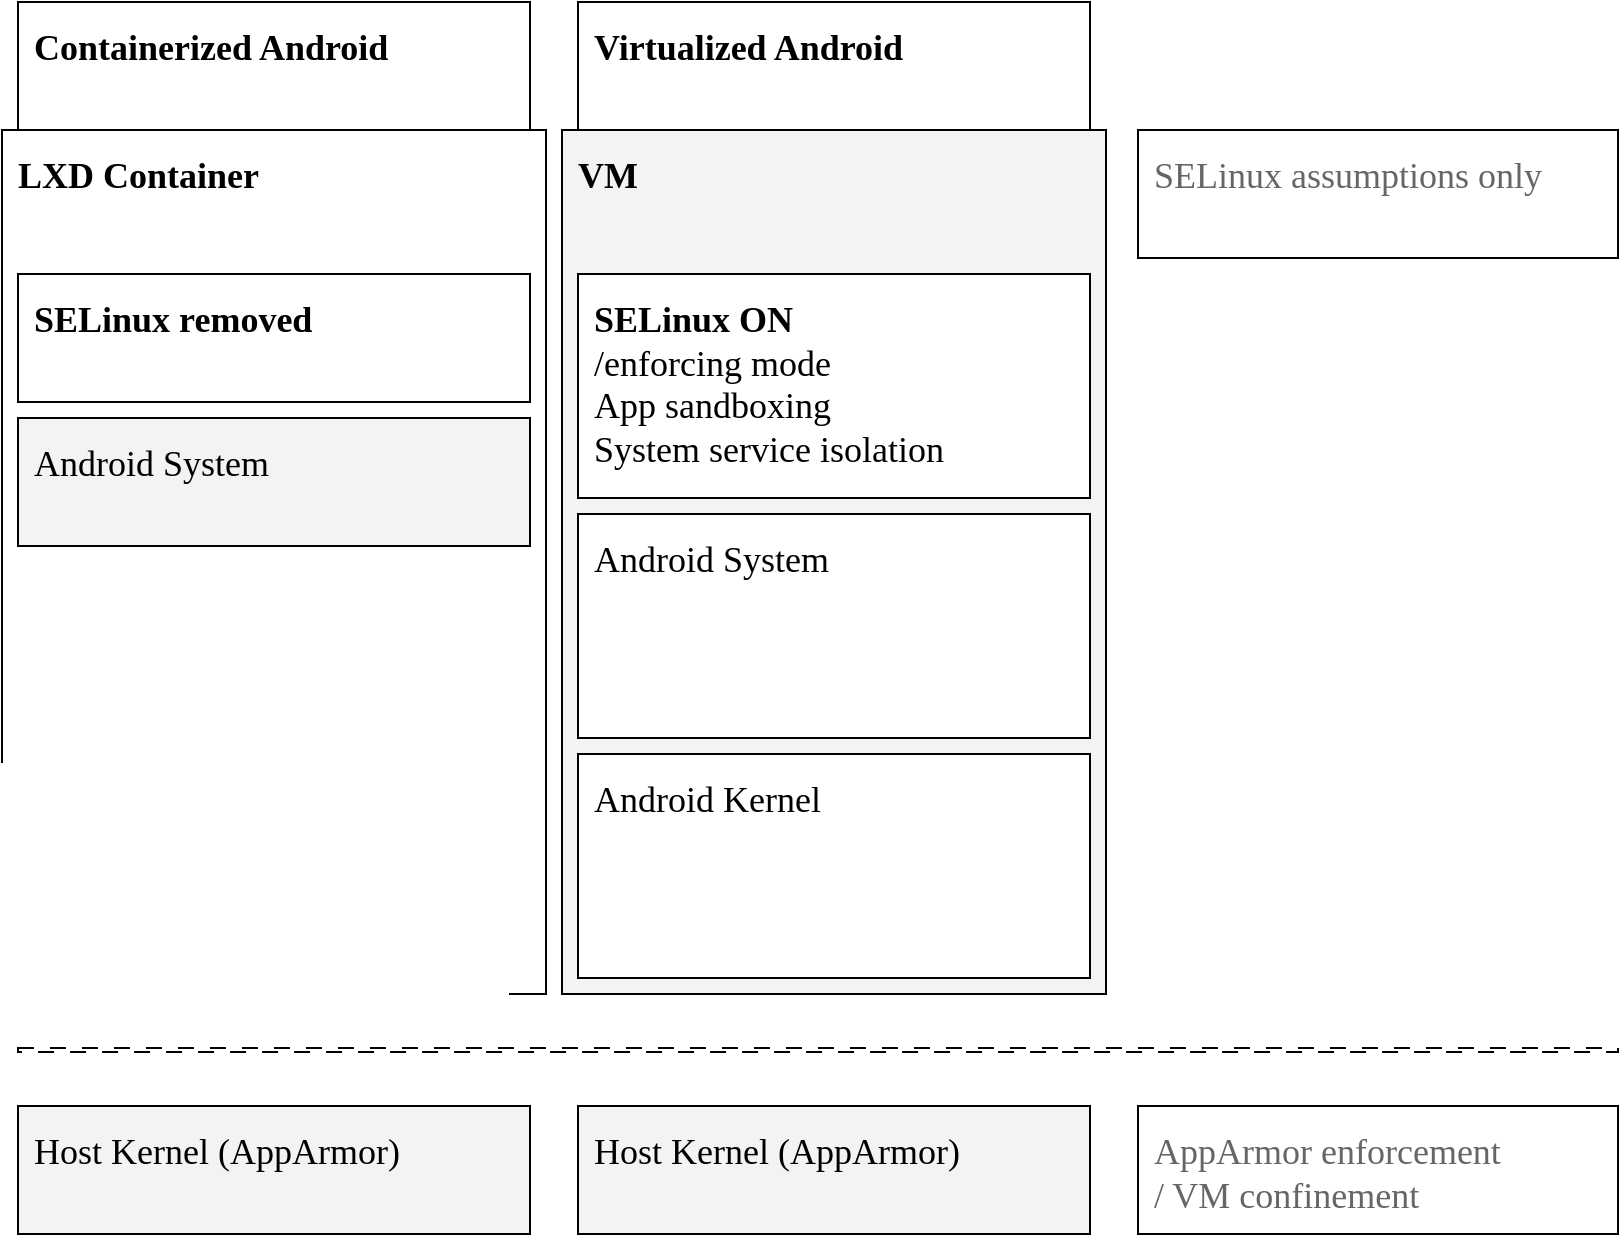
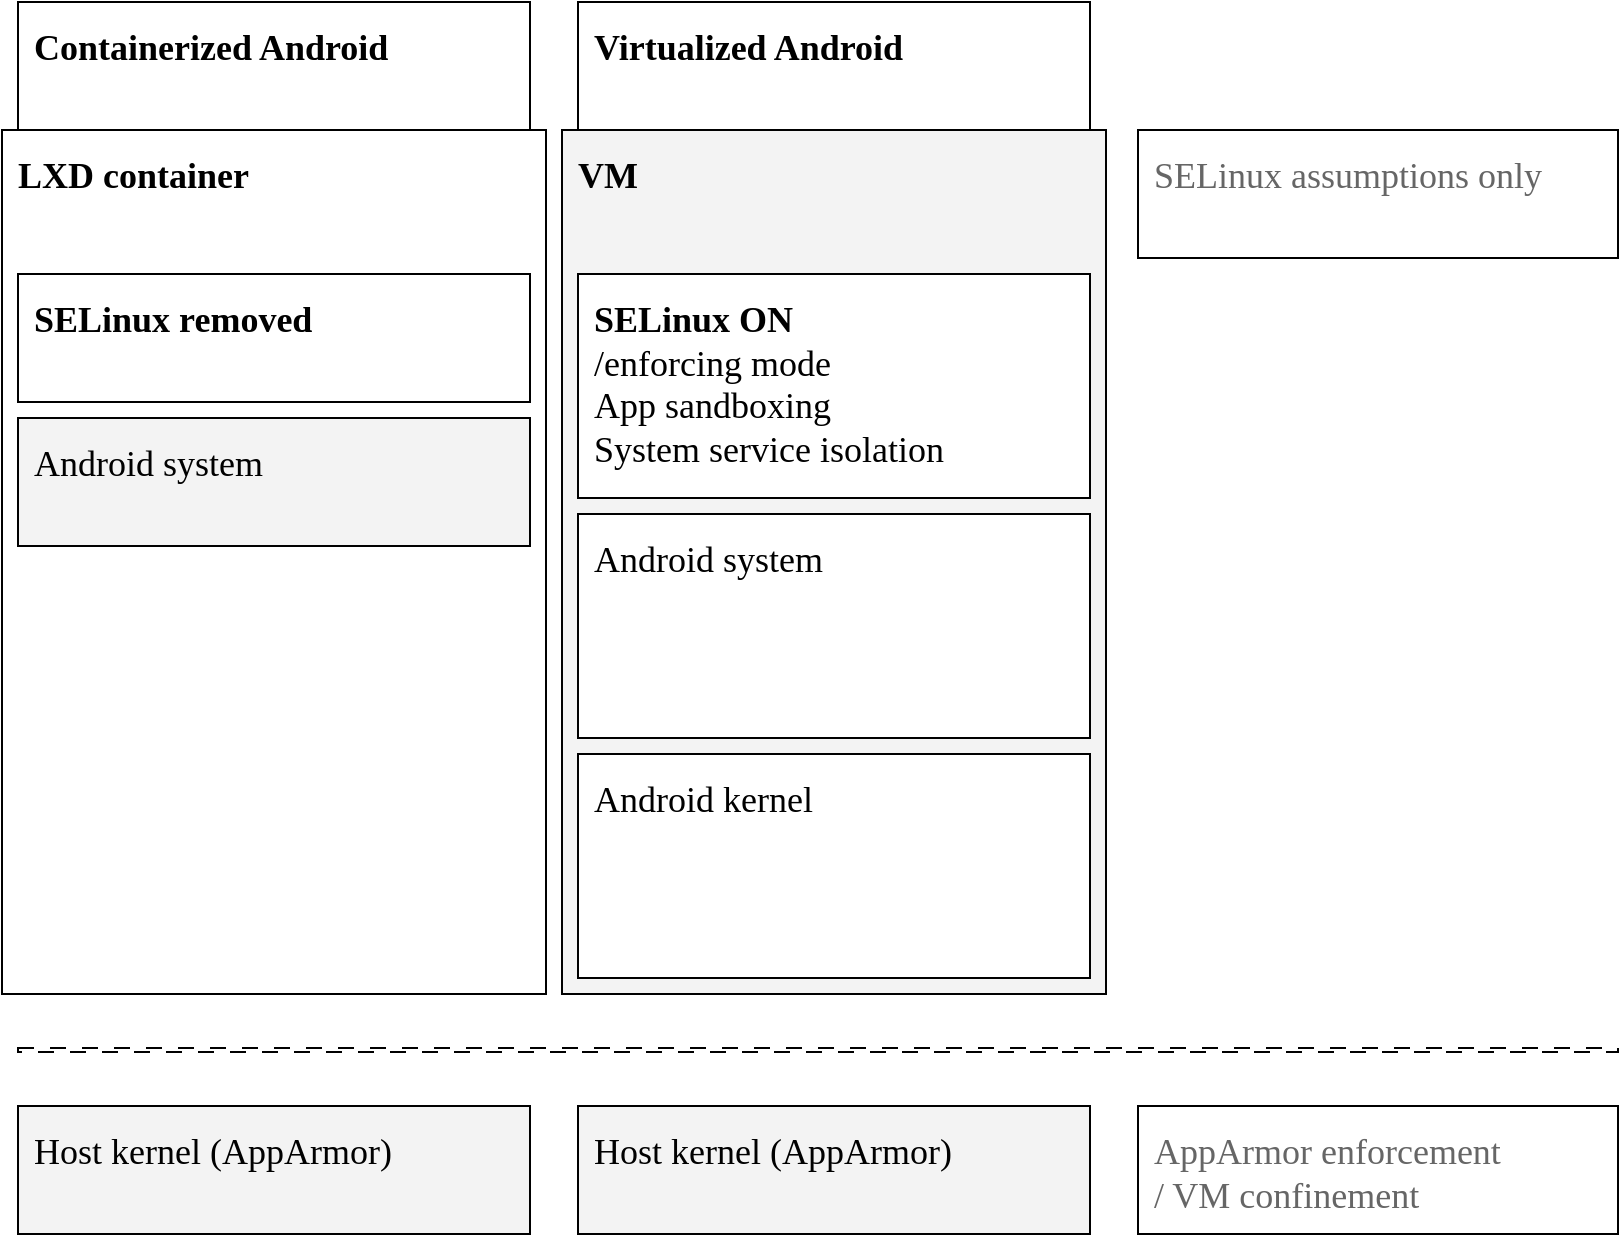
<mxfile host="app.diagrams.net" agent="diagram-generator" version="29.3.7">
-   <diagram name="Android Security Comparison" id="declarative">
+   <diagram name="Android security comparison" id="declarative">
    <mxGraphModel grid="1" gridSize="8" guides="1" tooltips="1" connect="1" arrows="1" fold="1" page="1" pageScale="1" pageWidth="848" pageHeight="664" background="light-dark(#ffffff, #ffffff)" adaptiveColors="none" math="0" shadow="0">
      <root>
        <mxCell id="0" />
        <mxCell id="1" parent="0" />
        <mxCell id="2" parent="1" style="rounded=0;whiteSpace=wrap;html=1;shadow=0;fillColor=#FFFFFF;strokeColor=#000000;strokeWidth=1;" value="" vertex="1" data-dg-source="diagram-generator" data-dg-role="box" tags="dg-generated dg-role-box dg-token-box-default" data-dg-style-tokens="box-default" connectable="1">
          <mxGeometry x="16" y="88" width="272" height="432" as="geometry" />
        </mxCell>
-         <mxCell id="3" parent="2" style="rounded=0;whiteSpace=wrap;html=1;align=left;verticalAlign=top;spacing=0;spacingTop=0;spacingBottom=0;spacingLeft=0;spacingRight=0;fillColor=none;strokeColor=none;strokeWidth=0;shadow=0;fontFamily=Ubuntu Sans;fontSize=18;fontColor=#000000;fontSource=https%3A%2F%2Ffonts.googleapis.com%2Fcss%3Ffamily%3DUbuntu%2BSans;" value="&lt;span style=&quot;font-size:18px&quot;&gt;&lt;b&gt;LXD Container&lt;/b&gt;&lt;/span&gt;" vertex="1" data-dg-source="diagram-generator" data-dg-role="label" tags="dg-generated dg-role-label dg-token-label-box" data-dg-style-tokens="label-box" connectable="0">
+         <mxCell id="3" parent="2" style="rounded=0;whiteSpace=wrap;html=1;align=left;verticalAlign=top;spacing=0;spacingTop=0;spacingBottom=0;spacingLeft=0;spacingRight=0;fillColor=none;strokeColor=none;strokeWidth=0;shadow=0;fontFamily=Ubuntu Sans;fontSize=18;fontColor=#000000;fontSource=https%3A%2F%2Ffonts.googleapis.com%2Fcss%3Ffamily%3DUbuntu%2BSans;" value="&lt;span style=&quot;font-size:18px&quot;&gt;&lt;b&gt;LXD container&lt;/b&gt;&lt;/span&gt;" vertex="1" data-dg-source="diagram-generator" data-dg-role="label" tags="dg-generated dg-role-label dg-token-label-box" data-dg-style-tokens="label-box" connectable="0">
          <mxGeometry x="8" y="8" width="256" height="416" as="geometry" />
        </mxCell>
        <mxCell id="4" parent="1" style="rounded=0;whiteSpace=wrap;html=1;shadow=0;fillColor=#F3F3F3;strokeColor=#000000;strokeWidth=1;" value="" vertex="1" data-dg-source="diagram-generator" data-dg-role="box" tags="dg-generated dg-role-box dg-token-box-accent" data-dg-style-tokens="box-accent" connectable="1">
          <mxGeometry x="296" y="88" width="272" height="432" as="geometry" />
        </mxCell>
        <mxCell id="5" parent="4" style="rounded=0;whiteSpace=wrap;html=1;align=left;verticalAlign=top;spacing=0;spacingTop=0;spacingBottom=0;spacingLeft=0;spacingRight=0;fillColor=none;strokeColor=none;strokeWidth=0;shadow=0;fontFamily=Ubuntu Sans;fontSize=18;fontColor=#000000;fontSource=https%3A%2F%2Ffonts.googleapis.com%2Fcss%3Ffamily%3DUbuntu%2BSans;" value="&lt;span style=&quot;font-size:18px&quot;&gt;&lt;b&gt;VM&lt;/b&gt;&lt;/span&gt;" vertex="1" data-dg-source="diagram-generator" data-dg-role="label" tags="dg-generated dg-role-label dg-token-label-box" data-dg-style-tokens="label-box" connectable="0">
          <mxGeometry x="8" y="8" width="256" height="416" as="geometry" />
        </mxCell>
        <mxCell id="6" parent="4" style="rounded=0;whiteSpace=wrap;html=1;shadow=0;fillColor=#FFFFFF;strokeColor=#000000;strokeWidth=1;" value="" vertex="1" data-dg-source="diagram-generator" data-dg-role="box" tags="dg-generated dg-role-box dg-token-box-default" data-dg-style-tokens="box-default" connectable="1">
          <mxGeometry x="8" y="72" width="256" height="112" as="geometry" />
        </mxCell>
        <mxCell id="7" parent="6" style="rounded=0;whiteSpace=wrap;html=1;align=left;verticalAlign=top;spacing=0;spacingTop=0;spacingBottom=0;spacingLeft=0;spacingRight=0;fillColor=none;strokeColor=none;strokeWidth=0;shadow=0;fontFamily=Ubuntu Sans;fontSize=18;fontColor=#000000;fontSource=https%3A%2F%2Ffonts.googleapis.com%2Fcss%3Ffamily%3DUbuntu%2BSans;" value="&lt;span style=&quot;font-size:18px&quot;&gt;&lt;b&gt;SELinux ON&lt;/b&gt;&lt;/span&gt;&lt;br&gt;&lt;span style=&quot;font-size:18px&quot;&gt;/enforcing mode&lt;/span&gt;&lt;br&gt;&lt;span style=&quot;font-size:18px&quot;&gt;App sandboxing&lt;/span&gt;&lt;br&gt;&lt;span style=&quot;font-size:18px&quot;&gt;System service isolation&lt;/span&gt;" vertex="1" data-dg-source="diagram-generator" data-dg-role="label" tags="dg-generated dg-role-label dg-token-label-box" data-dg-style-tokens="label-box" connectable="0">
          <mxGeometry x="8" y="8" width="240" height="96" as="geometry" />
        </mxCell>
        <mxCell id="8" parent="4" style="rounded=0;whiteSpace=wrap;html=1;shadow=0;fillColor=#FFFFFF;strokeColor=#000000;strokeWidth=1;" value="" vertex="1" data-dg-source="diagram-generator" data-dg-role="box" tags="dg-generated dg-role-box dg-token-box-default" data-dg-style-tokens="box-default" connectable="1">
          <mxGeometry x="8" y="192" width="256" height="112" as="geometry" />
        </mxCell>
-         <mxCell id="9" parent="8" style="rounded=0;whiteSpace=wrap;html=1;align=left;verticalAlign=top;spacing=0;spacingTop=0;spacingBottom=0;spacingLeft=0;spacingRight=0;fillColor=none;strokeColor=none;strokeWidth=0;shadow=0;fontFamily=Ubuntu Sans;fontSize=18;fontColor=#000000;fontSource=https%3A%2F%2Ffonts.googleapis.com%2Fcss%3Ffamily%3DUbuntu%2BSans;" value="&lt;span style=&quot;font-size:18px&quot;&gt;Android System&lt;/span&gt;" vertex="1" data-dg-source="diagram-generator" data-dg-role="label" tags="dg-generated dg-role-label dg-token-label-box" data-dg-style-tokens="label-box" connectable="0">
+         <mxCell id="9" parent="8" style="rounded=0;whiteSpace=wrap;html=1;align=left;verticalAlign=top;spacing=0;spacingTop=0;spacingBottom=0;spacingLeft=0;spacingRight=0;fillColor=none;strokeColor=none;strokeWidth=0;shadow=0;fontFamily=Ubuntu Sans;fontSize=18;fontColor=#000000;fontSource=https%3A%2F%2Ffonts.googleapis.com%2Fcss%3Ffamily%3DUbuntu%2BSans;" value="&lt;span style=&quot;font-size:18px&quot;&gt;Android system&lt;/span&gt;" vertex="1" data-dg-source="diagram-generator" data-dg-role="label" tags="dg-generated dg-role-label dg-token-label-box" data-dg-style-tokens="label-box" connectable="0">
          <mxGeometry x="8" y="8" width="240" height="96" as="geometry" />
        </mxCell>
        <mxCell id="10" parent="4" style="rounded=0;whiteSpace=wrap;html=1;shadow=0;fillColor=#FFFFFF;strokeColor=#000000;strokeWidth=1;" value="" vertex="1" data-dg-source="diagram-generator" data-dg-role="box" tags="dg-generated dg-role-box dg-token-box-default" data-dg-style-tokens="box-default" connectable="1">
          <mxGeometry x="8" y="312" width="256" height="112" as="geometry" />
        </mxCell>
-         <mxCell id="11" parent="10" style="rounded=0;whiteSpace=wrap;html=1;align=left;verticalAlign=top;spacing=0;spacingTop=0;spacingBottom=0;spacingLeft=0;spacingRight=0;fillColor=none;strokeColor=none;strokeWidth=0;shadow=0;fontFamily=Ubuntu Sans;fontSize=18;fontColor=#000000;fontSource=https%3A%2F%2Ffonts.googleapis.com%2Fcss%3Ffamily%3DUbuntu%2BSans;" value="&lt;span style=&quot;font-size:18px&quot;&gt;Android Kernel&lt;/span&gt;" vertex="1" data-dg-source="diagram-generator" data-dg-role="label" tags="dg-generated dg-role-label dg-token-label-box" data-dg-style-tokens="label-box" connectable="0">
+         <mxCell id="11" parent="10" style="rounded=0;whiteSpace=wrap;html=1;align=left;verticalAlign=top;spacing=0;spacingTop=0;spacingBottom=0;spacingLeft=0;spacingRight=0;fillColor=none;strokeColor=none;strokeWidth=0;shadow=0;fontFamily=Ubuntu Sans;fontSize=18;fontColor=#000000;fontSource=https%3A%2F%2Ffonts.googleapis.com%2Fcss%3Ffamily%3DUbuntu%2BSans;" value="&lt;span style=&quot;font-size:18px&quot;&gt;Android kernel&lt;/span&gt;" vertex="1" data-dg-source="diagram-generator" data-dg-role="label" tags="dg-generated dg-role-label dg-token-label-box" data-dg-style-tokens="label-box" connectable="0">
          <mxGeometry x="8" y="8" width="240" height="96" as="geometry" />
        </mxCell>
        <mxCell id="12" parent="2" style="rounded=0;whiteSpace=wrap;html=1;shadow=0;fillColor=#FFFFFF;strokeColor=#000000;strokeWidth=1;" value="" vertex="1" data-dg-source="diagram-generator" data-dg-role="box" tags="dg-generated dg-role-box dg-token-box-default" data-dg-style-tokens="box-default" connectable="1">
          <mxGeometry x="8" y="72" width="256" height="64" as="geometry" />
        </mxCell>
        <mxCell id="13" parent="12" style="rounded=0;whiteSpace=wrap;html=1;align=left;verticalAlign=top;spacing=0;spacingTop=0;spacingBottom=0;spacingLeft=0;spacingRight=0;fillColor=none;strokeColor=none;strokeWidth=0;shadow=0;fontFamily=Ubuntu Sans;fontSize=18;fontColor=#000000;fontSource=https%3A%2F%2Ffonts.googleapis.com%2Fcss%3Ffamily%3DUbuntu%2BSans;" value="&lt;span style=&quot;font-size:18px&quot;&gt;&lt;b&gt;SELinux removed&lt;/b&gt;&lt;/span&gt;" vertex="1" data-dg-source="diagram-generator" data-dg-role="label" tags="dg-generated dg-role-label dg-token-label-box" data-dg-style-tokens="label-box" connectable="0">
          <mxGeometry x="8" y="8" width="240" height="48" as="geometry" />
        </mxCell>
        <mxCell id="14" parent="2" style="rounded=0;whiteSpace=wrap;html=1;shadow=0;fillColor=#F3F3F3;strokeColor=#000000;strokeWidth=1;" value="" vertex="1" data-dg-source="diagram-generator" data-dg-role="box" tags="dg-generated dg-role-box dg-token-box-accent" data-dg-style-tokens="box-accent" connectable="1">
          <mxGeometry x="8" y="144" width="256" height="64" as="geometry" />
        </mxCell>
-         <mxCell id="15" parent="14" style="rounded=0;whiteSpace=wrap;html=1;align=left;verticalAlign=top;spacing=0;spacingTop=0;spacingBottom=0;spacingLeft=0;spacingRight=0;fillColor=none;strokeColor=none;strokeWidth=0;shadow=0;fontFamily=Ubuntu Sans;fontSize=18;fontColor=#000000;fontSource=https%3A%2F%2Ffonts.googleapis.com%2Fcss%3Ffamily%3DUbuntu%2BSans;" value="&lt;span style=&quot;font-size:18px&quot;&gt;Android System&lt;/span&gt;" vertex="1" data-dg-source="diagram-generator" data-dg-role="label" tags="dg-generated dg-role-label dg-token-label-box" data-dg-style-tokens="label-box" connectable="0">
+         <mxCell id="15" parent="14" style="rounded=0;whiteSpace=wrap;html=1;align=left;verticalAlign=top;spacing=0;spacingTop=0;spacingBottom=0;spacingLeft=0;spacingRight=0;fillColor=none;strokeColor=none;strokeWidth=0;shadow=0;fontFamily=Ubuntu Sans;fontSize=18;fontColor=#000000;fontSource=https%3A%2F%2Ffonts.googleapis.com%2Fcss%3Ffamily%3DUbuntu%2BSans;" value="&lt;span style=&quot;font-size:18px&quot;&gt;Android system&lt;/span&gt;" vertex="1" data-dg-source="diagram-generator" data-dg-role="label" tags="dg-generated dg-role-label dg-token-label-box" data-dg-style-tokens="label-box" connectable="0">
          <mxGeometry x="8" y="8" width="240" height="48" as="geometry" />
        </mxCell>
        <mxCell id="16" parent="1" style="rounded=0;whiteSpace=wrap;html=1;shadow=0;fillColor=#FFFFFF;strokeColor=#000000;strokeWidth=1;" value="" vertex="1" data-dg-source="diagram-generator" data-dg-role="box" tags="dg-generated dg-role-box dg-token-box-default" data-dg-style-tokens="box-default" connectable="1">
          <mxGeometry x="584" y="576" width="240" height="64" as="geometry" />
        </mxCell>
        <mxCell id="17" parent="16" style="rounded=0;whiteSpace=wrap;html=1;align=left;verticalAlign=top;spacing=0;spacingTop=0;spacingBottom=0;spacingLeft=0;spacingRight=0;fillColor=none;strokeColor=none;strokeWidth=0;shadow=0;fontFamily=Ubuntu Sans;fontSize=18;fontColor=#000000;fontSource=https%3A%2F%2Ffonts.googleapis.com%2Fcss%3Ffamily%3DUbuntu%2BSans;" value="&lt;span style=&quot;font-size:18px;color:#666666&quot;&gt;AppArmor enforcement&lt;/span&gt;&lt;br&gt;&lt;span style=&quot;font-size:18px;color:#666666&quot;&gt;/ VM confinement&lt;/span&gt;" vertex="1" data-dg-source="diagram-generator" data-dg-role="label" tags="dg-generated dg-role-label dg-token-label-box" data-dg-style-tokens="label-box" connectable="0">
          <mxGeometry x="8" y="8" width="224" height="48" as="geometry" />
        </mxCell>
        <mxCell id="18" parent="1" style="rounded=0;whiteSpace=wrap;html=1;shadow=0;fillColor=#FFFFFF;strokeColor=#000000;strokeWidth=1;" value="" vertex="1" data-dg-source="diagram-generator" data-dg-role="box" tags="dg-generated dg-role-box dg-token-box-default" data-dg-style-tokens="box-default" connectable="1">
          <mxGeometry x="24" y="24" width="256" height="64" as="geometry" />
        </mxCell>
        <mxCell id="19" parent="18" style="rounded=0;whiteSpace=wrap;html=1;align=left;verticalAlign=top;spacing=0;spacingTop=0;spacingBottom=0;spacingLeft=0;spacingRight=0;fillColor=none;strokeColor=none;strokeWidth=0;shadow=0;fontFamily=Ubuntu Sans;fontSize=18;fontColor=#000000;fontSource=https%3A%2F%2Ffonts.googleapis.com%2Fcss%3Ffamily%3DUbuntu%2BSans;" value="&lt;span style=&quot;font-size:18px&quot;&gt;&lt;b&gt;Containerized Android&lt;/b&gt;&lt;/span&gt;" vertex="1" data-dg-source="diagram-generator" data-dg-role="label" tags="dg-generated dg-role-label dg-token-label-box" data-dg-style-tokens="label-box" connectable="0">
          <mxGeometry x="8" y="8" width="240" height="48" as="geometry" />
        </mxCell>
        <mxCell id="20" parent="1" style="rounded=0;whiteSpace=wrap;html=1;shadow=0;fillColor=#FFFFFF;strokeColor=#000000;strokeWidth=1;" value="" vertex="1" data-dg-source="diagram-generator" data-dg-role="box" tags="dg-generated dg-role-box dg-token-box-default" data-dg-style-tokens="box-default" connectable="1">
          <mxGeometry x="304" y="24" width="256" height="64" as="geometry" />
        </mxCell>
        <mxCell id="21" parent="20" style="rounded=0;whiteSpace=wrap;html=1;align=left;verticalAlign=top;spacing=0;spacingTop=0;spacingBottom=0;spacingLeft=0;spacingRight=0;fillColor=none;strokeColor=none;strokeWidth=0;shadow=0;fontFamily=Ubuntu Sans;fontSize=18;fontColor=#000000;fontSource=https%3A%2F%2Ffonts.googleapis.com%2Fcss%3Ffamily%3DUbuntu%2BSans;" value="&lt;span style=&quot;font-size:18px&quot;&gt;&lt;b&gt;Virtualized Android&lt;/b&gt;&lt;/span&gt;" vertex="1" data-dg-source="diagram-generator" data-dg-role="label" tags="dg-generated dg-role-label dg-token-label-box" data-dg-style-tokens="label-box" connectable="0">
          <mxGeometry x="8" y="8" width="240" height="48" as="geometry" />
        </mxCell>
        <mxCell id="22" parent="1" style="rounded=0;whiteSpace=wrap;html=1;shadow=0;fillColor=#F3F3F3;strokeColor=#000000;strokeWidth=1;" value="" vertex="1" data-dg-source="diagram-generator" data-dg-role="box" tags="dg-generated dg-role-box dg-token-box-accent" data-dg-style-tokens="box-accent" connectable="1">
          <mxGeometry x="24" y="576" width="256" height="64" as="geometry" />
        </mxCell>
-         <mxCell id="23" parent="22" style="rounded=0;whiteSpace=wrap;html=1;align=left;verticalAlign=top;spacing=0;spacingTop=0;spacingBottom=0;spacingLeft=0;spacingRight=0;fillColor=none;strokeColor=none;strokeWidth=0;shadow=0;fontFamily=Ubuntu Sans;fontSize=18;fontColor=#000000;fontSource=https%3A%2F%2Ffonts.googleapis.com%2Fcss%3Ffamily%3DUbuntu%2BSans;" value="&lt;span style=&quot;font-size:18px&quot;&gt;Host Kernel (AppArmor)&lt;/span&gt;" vertex="1" data-dg-source="diagram-generator" data-dg-role="label" tags="dg-generated dg-role-label dg-token-label-box" data-dg-style-tokens="label-box" connectable="0">
+         <mxCell id="23" parent="22" style="rounded=0;whiteSpace=wrap;html=1;align=left;verticalAlign=top;spacing=0;spacingTop=0;spacingBottom=0;spacingLeft=0;spacingRight=0;fillColor=none;strokeColor=none;strokeWidth=0;shadow=0;fontFamily=Ubuntu Sans;fontSize=18;fontColor=#000000;fontSource=https%3A%2F%2Ffonts.googleapis.com%2Fcss%3Ffamily%3DUbuntu%2BSans;" value="&lt;span style=&quot;font-size:18px&quot;&gt;Host kernel (AppArmor)&lt;/span&gt;" vertex="1" data-dg-source="diagram-generator" data-dg-role="label" tags="dg-generated dg-role-label dg-token-label-box" data-dg-style-tokens="label-box" connectable="0">
          <mxGeometry x="8" y="8" width="240" height="48" as="geometry" />
        </mxCell>
        <mxCell id="24" parent="1" style="rounded=0;whiteSpace=wrap;html=1;shadow=0;fillColor=#F3F3F3;strokeColor=#000000;strokeWidth=1;" value="" vertex="1" data-dg-source="diagram-generator" data-dg-role="box" tags="dg-generated dg-role-box dg-token-box-accent" data-dg-style-tokens="box-accent" connectable="1">
          <mxGeometry x="304" y="576" width="256" height="64" as="geometry" />
        </mxCell>
-         <mxCell id="25" parent="24" style="rounded=0;whiteSpace=wrap;html=1;align=left;verticalAlign=top;spacing=0;spacingTop=0;spacingBottom=0;spacingLeft=0;spacingRight=0;fillColor=none;strokeColor=none;strokeWidth=0;shadow=0;fontFamily=Ubuntu Sans;fontSize=18;fontColor=#000000;fontSource=https%3A%2F%2Ffonts.googleapis.com%2Fcss%3Ffamily%3DUbuntu%2BSans;" value="&lt;span style=&quot;font-size:18px&quot;&gt;Host Kernel (AppArmor)&lt;/span&gt;" vertex="1" data-dg-source="diagram-generator" data-dg-role="label" tags="dg-generated dg-role-label dg-token-label-box" data-dg-style-tokens="label-box" connectable="0">
+         <mxCell id="25" parent="24" style="rounded=0;whiteSpace=wrap;html=1;align=left;verticalAlign=top;spacing=0;spacingTop=0;spacingBottom=0;spacingLeft=0;spacingRight=0;fillColor=none;strokeColor=none;strokeWidth=0;shadow=0;fontFamily=Ubuntu Sans;fontSize=18;fontColor=#000000;fontSource=https%3A%2F%2Ffonts.googleapis.com%2Fcss%3Ffamily%3DUbuntu%2BSans;" value="&lt;span style=&quot;font-size:18px&quot;&gt;Host kernel (AppArmor)&lt;/span&gt;" vertex="1" data-dg-source="diagram-generator" data-dg-role="label" tags="dg-generated dg-role-label dg-token-label-box" data-dg-style-tokens="label-box" connectable="0">
          <mxGeometry x="8" y="8" width="240" height="48" as="geometry" />
        </mxCell>
        <mxCell id="26" parent="1" style="rounded=0;whiteSpace=wrap;html=1;shadow=0;fillColor=#FFFFFF;strokeColor=#000000;strokeWidth=1;" value="" vertex="1" data-dg-source="diagram-generator" data-dg-role="box" tags="dg-generated dg-role-box dg-token-box-default" data-dg-style-tokens="box-default" connectable="1">
          <mxGeometry x="584" y="88" width="240" height="64" as="geometry" />
        </mxCell>
        <mxCell id="27" parent="26" style="rounded=0;whiteSpace=wrap;html=1;align=left;verticalAlign=top;spacing=0;spacingTop=0;spacingBottom=0;spacingLeft=0;spacingRight=0;fillColor=none;strokeColor=none;strokeWidth=0;shadow=0;fontFamily=Ubuntu Sans;fontSize=18;fontColor=#000000;fontSource=https%3A%2F%2Ffonts.googleapis.com%2Fcss%3Ffamily%3DUbuntu%2BSans;" value="&lt;span style=&quot;font-size:18px;color:#666666&quot;&gt;SELinux assumptions only&lt;/span&gt;" vertex="1" data-dg-source="diagram-generator" data-dg-role="label" tags="dg-generated dg-role-label dg-token-label-box" data-dg-style-tokens="label-box" connectable="0">
          <mxGeometry x="8" y="8" width="224" height="48" as="geometry" />
        </mxCell>
        <mxCell id="28" parent="1" style="rounded=0;whiteSpace=wrap;html=1;shadow=0;fillColor=none;strokeColor=#000000;strokeWidth=1;dashed=1;dashPattern=8 8;" value="" vertex="1" data-dg-source="diagram-generator" data-dg-role="rect" tags="dg-generated dg-role-rect dg-token-dashed-separator" data-dg-style-tokens="dashed-separator" connectable="0">
          <mxGeometry x="24" y="547" width="800" height="2" as="geometry" />
        </mxCell>
      </root>
    </mxGraphModel>
  </diagram>
</mxfile>